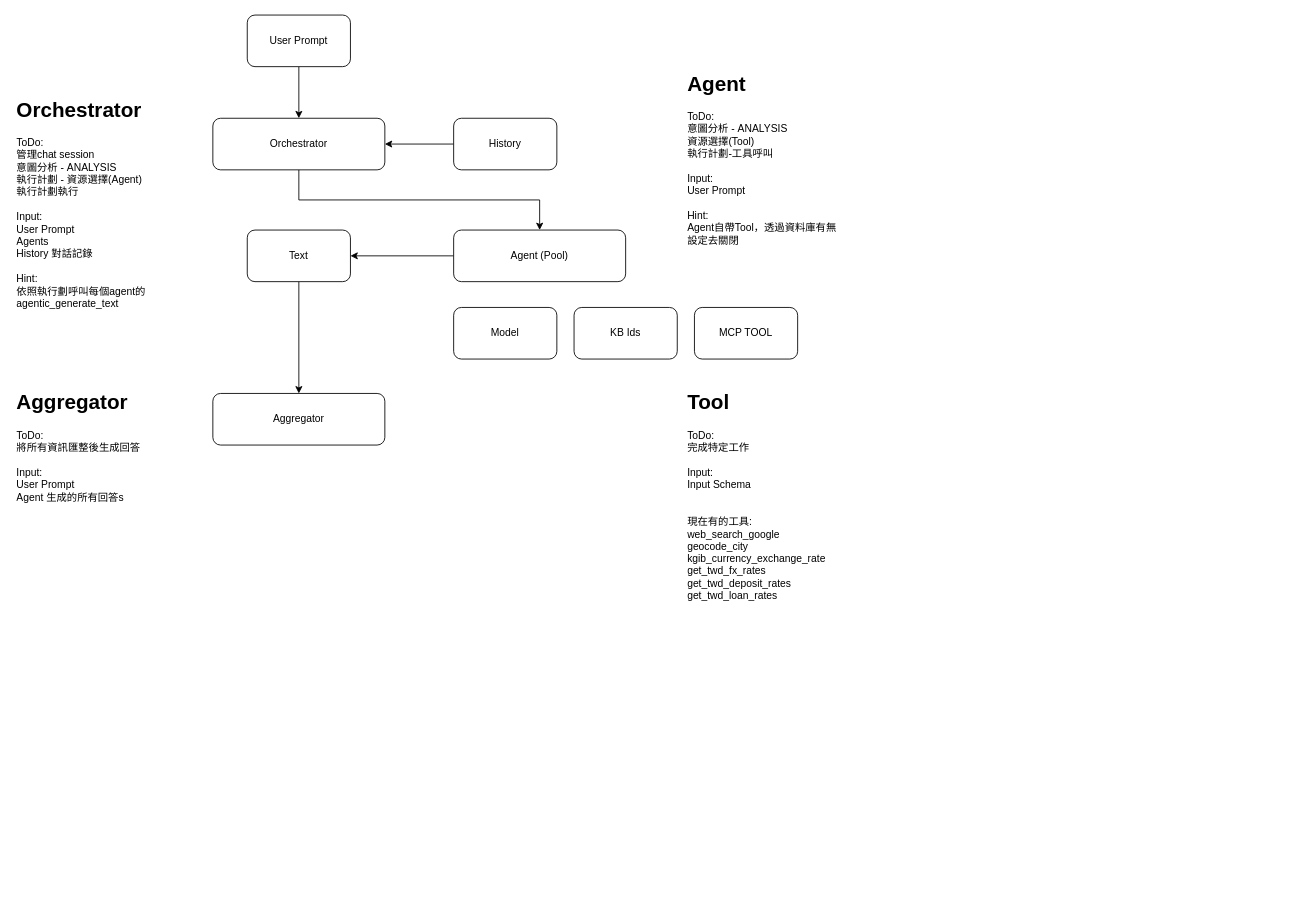
Earlier version of the draw.io diagram orchestrator-arch.drawio (lee0313/draw.io). Source tidied: cells renumbered, new cells numbered last; positions are measured from the earlier drawing's top-left corner, leaving out a move shared by most shapes. Both pictures are drawn from the tidied source at 86%, with x=0, y=0 at pixel (15, 15).
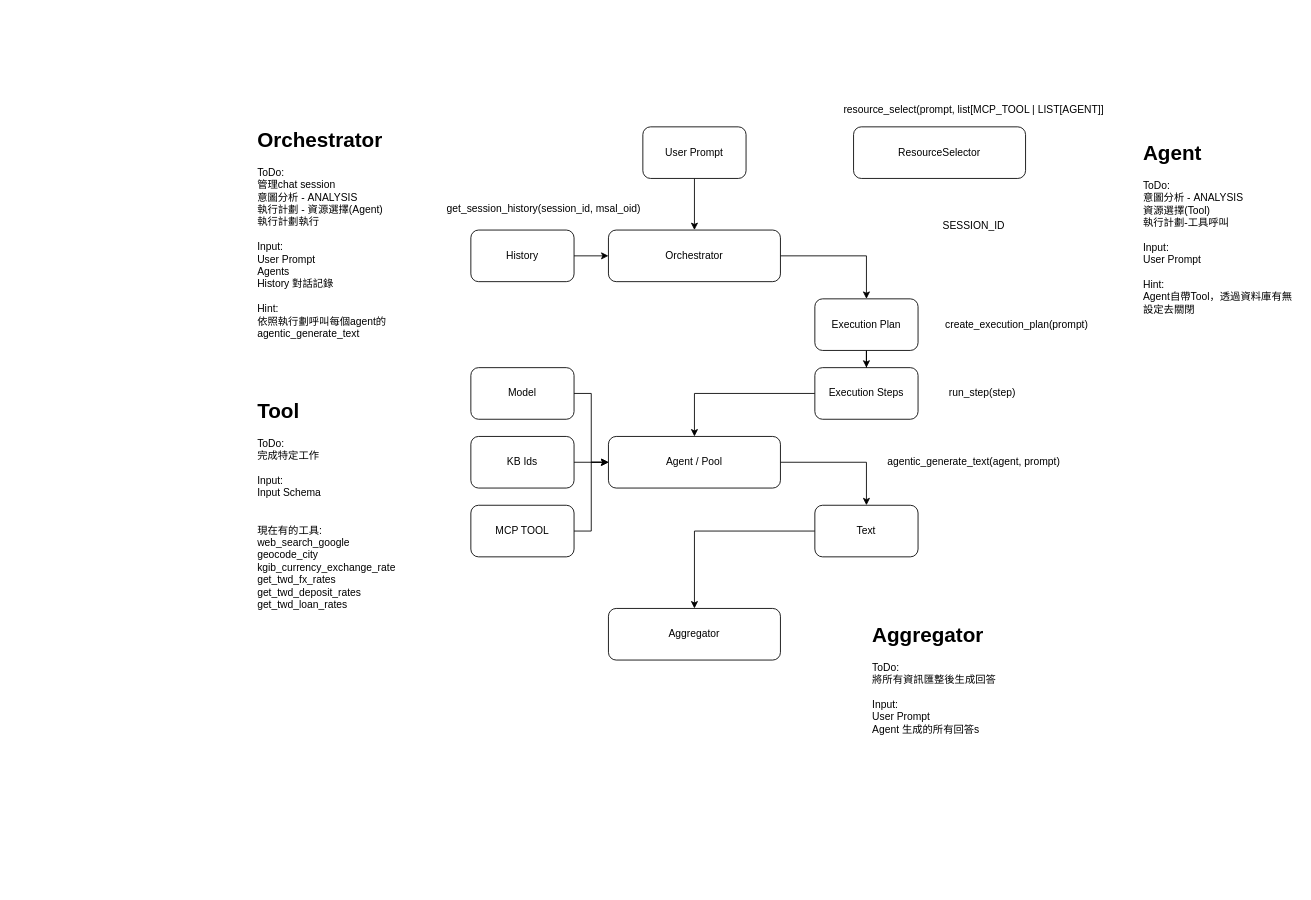
The same page after the edit.

Diff of the diagram source:
```diff
@@
     <mxCell id="3" value="User Prompt" style="rounded=1;whiteSpace=wrap;html=1;" parent="1" vertex="1">
-      <mxGeometry x="270" width="120" height="60" as="geometry" />
+      <mxGeometry x="730" y="130" width="120" height="60" as="geometry" />
     </mxCell>
-    <mxCell id="4" style="edgeStyle=orthogonalEdgeStyle;rounded=0;jettySize=auto;html=1;entryX=0.5;entryY=0;entryDx=0;entryDy=0;exitX=0.5;exitY=1;exitDx=0;exitDy=0;" parent="1" edge="1" source="5" target="12">
-      <mxGeometry relative="1" as="geometry" />
-    </mxCell>
+    <mxCell id="20" style="edgeStyle=orthogonalEdgeStyle;rounded=0;jettySize=auto;html=1;" parent="1" edge="1" source="5" target="29">
+      <mxGeometry relative="1" as="geometry" />
+    </mxCell>
     <mxCell id="5" value="Orchestrator" style="rounded=1;whiteSpace=wrap;html=1;" parent="1" vertex="1">
-      <mxGeometry x="230" y="120" width="200" height="60" as="geometry" />
+      <mxGeometry x="690" y="250" width="200" height="60" as="geometry" />
     </mxCell>
-    <mxCell id="6" style="edgeStyle=orthogonalEdgeStyle;rounded=0;jettySize=auto;html=1;entryX=1;entryY=0.5;entryDx=0;entryDy=0;" parent="1" edge="1" source="7" target="5">
+    <mxCell id="6" style="edgeStyle=orthogonalEdgeStyle;rounded=0;jettySize=auto;html=1;entryX=0;entryY=0.5;entryDx=0;entryDy=0;" parent="1" edge="1" source="7" target="5">
       <mxGeometry relative="1" as="geometry" />
     </mxCell>
     <mxCell id="7" value="History" style="rounded=1;whiteSpace=wrap;html=1;" parent="1" vertex="1">
-      <mxGeometry x="510" y="120" width="120" height="60" as="geometry" />
+      <mxGeometry x="530" y="250" width="120" height="60" as="geometry" />
     </mxCell>
+    <mxCell id="21" style="edgeStyle=orthogonalEdgeStyle;rounded=0;jettySize=auto;html=1;entryX=0;entryY=0.5;entryDx=0;entryDy=0;" parent="1" edge="1" source="8" target="25">
+      <mxGeometry relative="1" as="geometry" />
+    </mxCell>
     <mxCell id="8" value="Model" style="rounded=1;whiteSpace=wrap;html=1;" parent="1" vertex="1">
-      <mxGeometry x="510" y="340" width="120" height="60" as="geometry" />
+      <mxGeometry x="530" y="410" width="120" height="60" as="geometry" />
     </mxCell>
+    <mxCell id="22" style="edgeStyle=orthogonalEdgeStyle;rounded=0;jettySize=auto;html=1;entryX=0;entryY=0.5;entryDx=0;entryDy=0;" parent="1" edge="1" source="9" target="25">
+      <mxGeometry relative="1" as="geometry" />
+    </mxCell>
     <mxCell id="9" value="MCP TOOL" style="rounded=1;whiteSpace=wrap;html=1;" parent="1" vertex="1">
-      <mxGeometry x="790" y="340" width="120" height="60" as="geometry" />
+      <mxGeometry x="530" y="570" width="120" height="60" as="geometry" />
     </mxCell>
+    <mxCell id="23" style="edgeStyle=orthogonalEdgeStyle;rounded=0;jettySize=auto;html=1;" parent="1" edge="1" source="10" target="25">
+      <mxGeometry relative="1" as="geometry" />
+    </mxCell>
     <mxCell id="10" value="KB Ids" style="rounded=1;whiteSpace=wrap;html=1;" parent="1" vertex="1">
-      <mxGeometry x="650" y="340" width="120" height="60" as="geometry" />
+      <mxGeometry x="530" y="490" width="120" height="60" as="geometry" />
     </mxCell>
-    <mxCell id="11" style="edgeStyle=orthogonalEdgeStyle;rounded=0;jettySize=auto;html=1;entryX=1;entryY=0.5;entryDx=0;entryDy=0;" parent="1" edge="1" source="12" target="16">
-      <mxGeometry relative="1" as="geometry" />
-    </mxCell>
-    <mxCell id="12" value="Agent (Pool)" style="rounded=1;whiteSpace=wrap;html=1;" parent="1" vertex="1">
-      <mxGeometry x="510" y="250" width="200" height="60" as="geometry" />
-    </mxCell>
+    <mxCell id="24" style="edgeStyle=orthogonalEdgeStyle;rounded=0;jettySize=auto;html=1;entryX=0.5;entryY=0;entryDx=0;entryDy=0;" parent="1" edge="1" source="25" target="16">
+      <mxGeometry relative="1" as="geometry" />
+    </mxCell>
+    <mxCell id="25" value="Agent / Pool" style="rounded=1;whiteSpace=wrap;html=1;" parent="1" vertex="1">
+      <mxGeometry x="690" y="490" width="200" height="60" as="geometry" />
+    </mxCell>
     <mxCell id="13" value="Aggregator" style="rounded=1;whiteSpace=wrap;html=1;" parent="1" vertex="1">
-      <mxGeometry x="230" y="440" width="200" height="60" as="geometry" />
+      <mxGeometry x="690" y="690" width="200" height="60" as="geometry" />
     </mxCell>
     <mxCell id="14" value="&lt;h1 style=&quot;margin-top: 0px;&quot;&gt;Orchestrator&lt;/h1&gt;&lt;div&gt;ToDo:&lt;/div&gt;&lt;div&gt;管理chat session&lt;/div&gt;&lt;div&gt;意圖分析 - ANALYSIS&lt;/div&gt;&lt;div&gt;執行計劃 - 資源選擇(Agent)&lt;/div&gt;&lt;div&gt;執行計劃執行&lt;br&gt;&lt;br&gt;Input:&lt;/div&gt;&lt;div&gt;User Prompt&lt;/div&gt;&lt;div&gt;Agents&lt;/div&gt;&lt;div&gt;History 對話記錄&lt;/div&gt;&lt;div&gt;&lt;br&gt;&lt;/div&gt;&lt;div&gt;Hint:&lt;/div&gt;&lt;div&gt;依照執行劃呼叫每個agent的&lt;/div&gt;&lt;div&gt;agentic_generate_text&lt;/div&gt;&lt;div&gt;&lt;br&gt;&lt;/div&gt;&lt;div&gt;&lt;br&gt;&lt;/div&gt;&lt;div&gt;&lt;br&gt;&lt;/div&gt;" style="text;html=1;whiteSpace=wrap;overflow=hidden;rounded=0;" parent="1" vertex="1">
-      <mxGeometry y="90" width="180" height="310" as="geometry" />
+      <mxGeometry x="280" y="125" width="180" height="310" as="geometry" />
     </mxCell>
@@
     <mxCell id="16" value="Text" style="rounded=1;whiteSpace=wrap;html=1;" parent="1" vertex="1">
-      <mxGeometry x="270" y="250" width="120" height="60" as="geometry" />
+      <mxGeometry x="930" y="570" width="120" height="60" as="geometry" />
     </mxCell>
     <mxCell id="17" value="&lt;h1 style=&quot;margin-top: 0px;&quot;&gt;Aggregator&lt;/h1&gt;&lt;div&gt;ToDo:&lt;/div&gt;&lt;div&gt;將所有資訊匯整後生成回答&lt;/div&gt;&lt;div&gt;&lt;br&gt;Input:&lt;/div&gt;&lt;div&gt;User Prompt&lt;/div&gt;&lt;div&gt;Agent 生成的所有回答s&lt;/div&gt;&lt;div&gt;&lt;br&gt;&lt;/div&gt;&lt;div&gt;&lt;br&gt;&lt;/div&gt;&lt;div&gt;&lt;br&gt;&lt;/div&gt;&lt;div&gt;&lt;br&gt;&lt;/div&gt;&lt;div&gt;&lt;br&gt;&lt;/div&gt;" style="text;html=1;whiteSpace=wrap;overflow=hidden;rounded=0;" parent="1" vertex="1">
-      <mxGeometry y="430" width="180" height="310" as="geometry" />
+      <mxGeometry x="995" y="700" width="180" height="310" as="geometry" />
     </mxCell>
     <mxCell id="18" value="&lt;h1 style=&quot;margin-top: 0px;&quot;&gt;Agent&lt;/h1&gt;&lt;div&gt;ToDo:&lt;/div&gt;&lt;div&gt;意圖分析 - ANALYSIS&lt;/div&gt;&lt;div&gt;資源選擇(Tool)&lt;/div&gt;&lt;div&gt;執行計劃-工具呼叫&lt;/div&gt;&lt;div&gt;&lt;br&gt;Input:&lt;/div&gt;&lt;div&gt;User Prompt&lt;/div&gt;&lt;div&gt;&lt;br&gt;&lt;/div&gt;&lt;div&gt;Hint:&lt;/div&gt;&lt;div&gt;Agent自帶Tool，透過資料庫有無設定去關閉&lt;/div&gt;&lt;div&gt;&lt;br&gt;&lt;/div&gt;&lt;div&gt;&lt;br&gt;&lt;/div&gt;&lt;div&gt;&lt;br&gt;&lt;/div&gt;&lt;div&gt;&lt;br&gt;&lt;/div&gt;&lt;div&gt;&lt;br&gt;&lt;/div&gt;" style="text;html=1;whiteSpace=wrap;overflow=hidden;rounded=0;" parent="1" vertex="1">
-      <mxGeometry x="780" y="60" width="180" height="250" as="geometry" />
+      <mxGeometry x="1310" y="140" width="180" height="250" as="geometry" />
     </mxCell>
     <mxCell id="19" value="&lt;h1 style=&quot;margin-top: 0px;&quot;&gt;Tool&lt;/h1&gt;&lt;div&gt;ToDo:&lt;/div&gt;&lt;div&gt;完成特定工作&lt;/div&gt;&lt;div&gt;&lt;br&gt;&lt;/div&gt;&lt;div&gt;Input:&lt;/div&gt;&lt;div&gt;Input Schema&lt;/div&gt;&lt;div&gt;&lt;br&gt;&lt;/div&gt;&lt;div&gt;&lt;br&gt;&lt;/div&gt;&lt;div&gt;現在有的工具:&lt;/div&gt;&lt;div&gt;web_search_google&lt;/div&gt;&lt;div&gt;geocode_city&lt;/div&gt;&lt;div&gt;kgib_currency_exchange_rate&lt;/div&gt;&lt;div&gt;get_twd_fx_rates&lt;/div&gt;&lt;div&gt;get_twd_deposit_rates&lt;/div&gt;&lt;div&gt;get_twd_loan_rates&lt;/div&gt;&lt;div&gt;&lt;br&gt;&lt;/div&gt;&lt;div&gt;&lt;br&gt;&lt;/div&gt;&lt;div&gt;&lt;br&gt;&lt;/div&gt;&lt;div&gt;&lt;br&gt;&lt;/div&gt;&lt;div&gt;&lt;br&gt;&lt;/div&gt;&lt;div&gt;&lt;br&gt;&lt;/div&gt;&lt;div&gt;&lt;br&gt;&lt;/div&gt;&lt;div&gt;&lt;br&gt;&lt;/div&gt;&lt;div&gt;&lt;br&gt;&lt;/div&gt;" style="text;html=1;whiteSpace=wrap;overflow=hidden;rounded=0;" parent="1" vertex="1">
-      <mxGeometry x="780" y="430" width="180" height="250" as="geometry" />
+      <mxGeometry x="280" y="440" width="180" height="250" as="geometry" />
     </mxCell>
+    <mxCell id="26" value="agentic_generate_text(agent, prompt)" style="text;html=1;whiteSpace=wrap;strokeColor=none;fillColor=none;align=center;verticalAlign=middle;rounded=0;" parent="1" vertex="1">
+      <mxGeometry x="960" y="505" width="310" height="30" as="geometry" />
+    </mxCell>
+    <mxCell id="27" value="get_session_history(session_id, msal_oid)" style="text;html=1;whiteSpace=wrap;strokeColor=none;fillColor=none;align=center;verticalAlign=middle;rounded=0;" parent="1" vertex="1">
+      <mxGeometry x="460" y="210" width="310" height="30" as="geometry" />
+    </mxCell>
+    <mxCell id="28" style="edgeStyle=orthogonalEdgeStyle;rounded=0;jettySize=auto;html=1;" parent="1" edge="1" source="29" target="31">
+      <mxGeometry relative="1" as="geometry" />
+    </mxCell>
+    <mxCell id="29" value="Execution Plan" style="rounded=1;whiteSpace=wrap;html=1;" parent="1" vertex="1">
+      <mxGeometry x="930" y="330" width="120" height="60" as="geometry" />
+    </mxCell>
+    <mxCell id="30" style="edgeStyle=orthogonalEdgeStyle;rounded=0;jettySize=auto;html=1;entryX=0.5;entryY=0;entryDx=0;entryDy=0;" parent="1" edge="1" source="31" target="25">
+      <mxGeometry relative="1" as="geometry" />
+    </mxCell>
+    <mxCell id="31" value="Execution Steps" style="rounded=1;whiteSpace=wrap;html=1;" parent="1" vertex="1">
+      <mxGeometry x="930" y="410" width="120" height="60" as="geometry" />
+    </mxCell>
+    <mxCell id="32" value="create_execution_plan(prompt)" style="text;html=1;whiteSpace=wrap;strokeColor=none;fillColor=none;align=center;verticalAlign=middle;rounded=0;" parent="1" vertex="1">
+      <mxGeometry x="1040" y="345" width="250" height="30" as="geometry" />
+    </mxCell>
+    <mxCell id="33" value="run_step(step)" style="text;html=1;whiteSpace=wrap;strokeColor=none;fillColor=none;align=center;verticalAlign=middle;rounded=0;" parent="1" vertex="1">
+      <mxGeometry x="1040" y="425" width="170" height="30" as="geometry" />
+    </mxCell>
+    <mxCell id="34" value="SESSION_ID" style="text;html=1;whiteSpace=wrap;strokeColor=none;fillColor=none;align=center;verticalAlign=middle;rounded=0;" parent="1" vertex="1">
+      <mxGeometry x="990" y="230" width="250" height="30" as="geometry" />
+    </mxCell>
+    <mxCell id="35" value="resource_select(prompt, list[MCP_TOOL | LIST[AGENT]]" style="text;html=1;whiteSpace=wrap;strokeColor=none;fillColor=none;align=center;verticalAlign=middle;rounded=0;" parent="1" vertex="1">
+      <mxGeometry x="930" y="100" width="370" height="20" as="geometry" />
+    </mxCell>
+    <mxCell id="36" value="ResourceSelector" style="rounded=1;whiteSpace=wrap;html=1;" parent="1" vertex="1">
+      <mxGeometry x="975" y="130" width="200" height="60" as="geometry" />
+    </mxCell>
```
